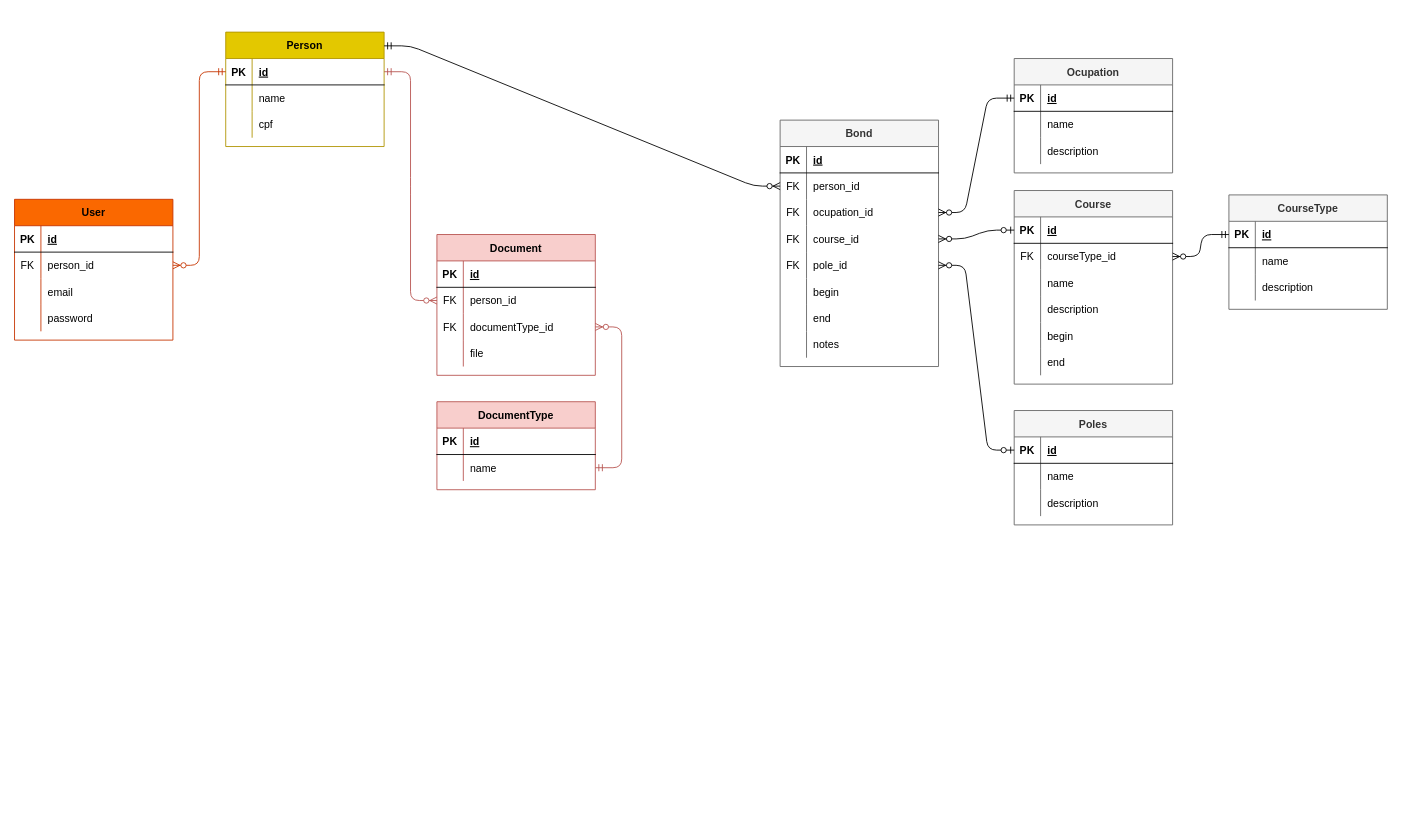
Above: page "Geral" (1 of 2) of docs/ModelosER.drawio in annecchini/my-sead-geco (draw.io), before the change. Source tidied: cells renumbered, new cells numbered last; positions are measured from the earlier drawing's top-left corner, leaving out a move shared by most shapes. Both pictures are drawn from the tidied source at 88%, with x=0, y=0 at pixel (14, 32).
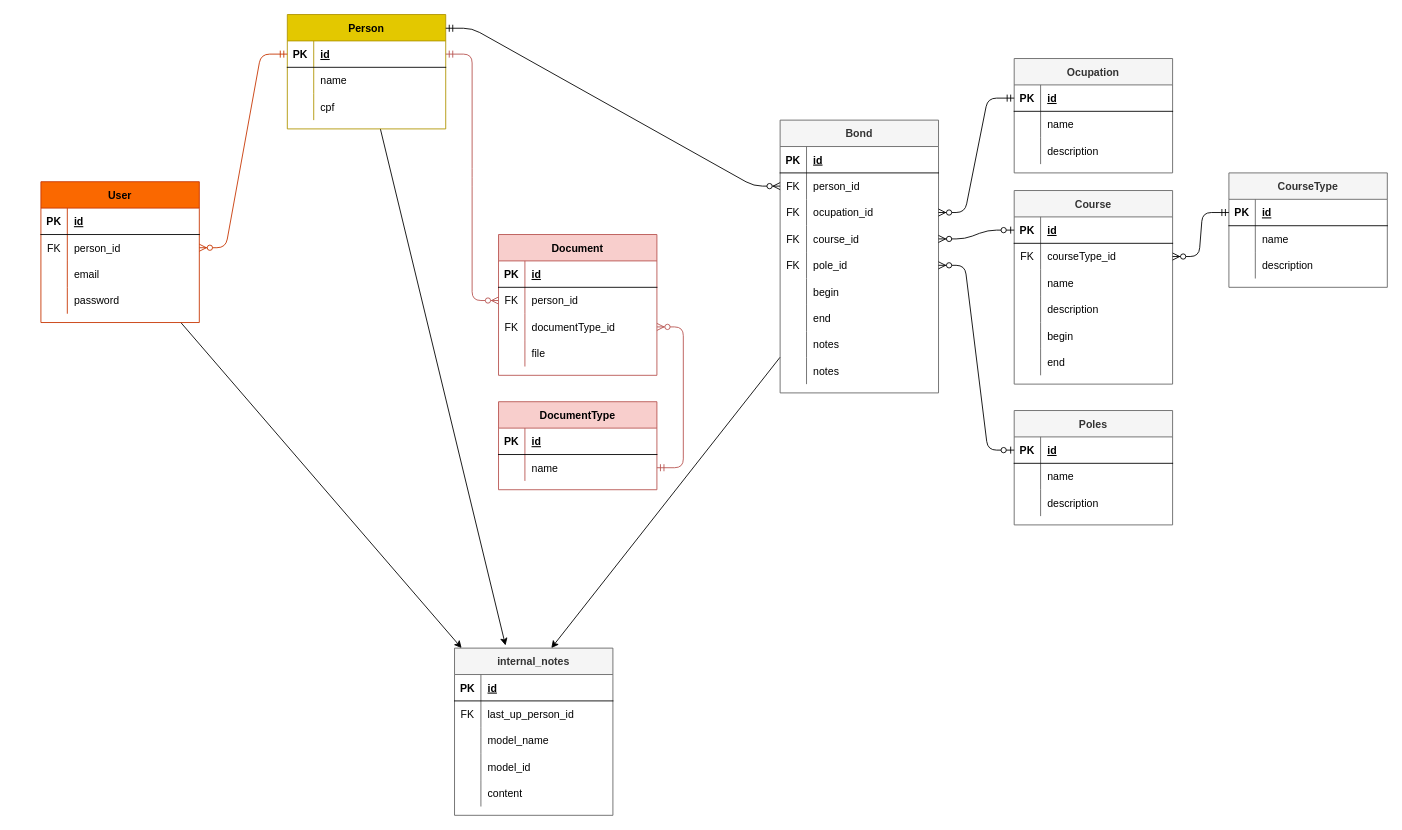
After the change.

What changed in the source:
```diff
@@
+    <mxCell id="127" style="edgeStyle=none;rounded=0;jettySize=auto;html=1;entryX=0.322;entryY=-0.016;entryDx=0;entryDy=0;entryPerimeter=0;" parent="1" edge="1" source="2" target="133">
+      <mxGeometry relative="1" as="geometry" />
+    </mxCell>
     <mxCell id="2" value="Person" style="shape=table;startSize=30;childLayout=tableLayout;rowLines=0;fontStyle=1;align=center;fillColor=#e3c800;strokeColor=#B09500;fontColor=#000000;" parent="1" vertex="1">
-      <mxGeometry x="240" width="180" height="130" as="geometry" />
+      <mxGeometry x="310" y="-20" width="180" height="130" as="geometry" />
     </mxCell>
@@
+    <mxCell id="128" style="edgeStyle=none;rounded=0;jettySize=auto;html=1;" parent="1" edge="1" source="12" target="133">
+      <mxGeometry relative="1" as="geometry" />
+    </mxCell>
     <mxCell id="12" value="User" style="shape=table;startSize=30;childLayout=tableLayout;rowLines=0;fontStyle=1;align=center;fillColor=#fa6800;strokeColor=#C73500;fontColor=#000000;" parent="1" vertex="1">
-      <mxGeometry y="190" width="180" height="160" as="geometry" />
+      <mxGeometry x="30" y="170" width="180" height="160" as="geometry" />
     </mxCell>
@@
     <mxCell id="25" value="Document" style="shape=table;startSize=30;childLayout=tableLayout;rowLines=0;fontStyle=1;align=center;fillColor=#f8cecc;strokeColor=#b85450;" parent="1" vertex="1">
-      <mxGeometry x="480" y="230" width="180" height="160" as="geometry" />
+      <mxGeometry x="550" y="230" width="180" height="160" as="geometry" />
     </mxCell>
@@
     <mxCell id="38" value="DocumentType" style="shape=table;startSize=30;childLayout=tableLayout;rowLines=0;fontStyle=1;align=center;fillColor=#f8cecc;strokeColor=#b85450;" parent="1" vertex="1">
-      <mxGeometry x="480" y="420" width="180" height="100" as="geometry" />
+      <mxGeometry x="550" y="420" width="180" height="100" as="geometry" />
     </mxCell>
@@
+    <mxCell id="129" style="rounded=0;jettySize=auto;html=1;entryX=0.611;entryY=0;entryDx=0;entryDy=0;entryPerimeter=0;" parent="1" edge="1" source="48" target="133">
+      <mxGeometry relative="1" as="geometry" />
+    </mxCell>
     <mxCell id="48" value="Bond" style="shape=table;startSize=30;childLayout=tableLayout;rowLines=0;fontStyle=1;align=center;fillColor=#f5f5f5;strokeColor=#666666;fontColor=#333333;" parent="1" vertex="1">
-      <mxGeometry x="870" y="100" width="180" height="280" as="geometry" />
+      <mxGeometry x="870" y="100" width="180" height="310" as="geometry" />
     </mxCell>
@@
+    <mxCell id="130" style="shape=partialRectangle;fillColor=none;top=0;left=0;bottom=0;right=0;" parent="48" vertex="1">
+      <mxGeometry y="240" width="180" height="30" as="geometry" />
+    </mxCell>
+    <mxCell id="131" style="shape=partialRectangle;fillColor=none;top=0;left=0;bottom=0;right=0;overflow=hidden;" parent="130" vertex="1">
+      <mxGeometry width="30" height="30" as="geometry" />
+    </mxCell>
+    <mxCell id="132" value="notes" style="shape=partialRectangle;fillColor=none;top=0;left=0;bottom=0;right=0;align=left;spacingLeft=6;overflow=hidden;" parent="130" vertex="1">
+      <mxGeometry x="30" width="150" height="30" as="geometry" />
+    </mxCell>
     <mxCell id="70" style="shape=partialRectangle;fillColor=none;top=0;left=0;bottom=0;right=0;" parent="48" vertex="1">
-      <mxGeometry y="240" width="180" height="30" as="geometry" />
+      <mxGeometry y="270" width="180" height="30" as="geometry" />
     </mxCell>
@@
     <mxCell id="102" value="CourseType" style="shape=table;startSize=30;childLayout=tableLayout;rowLines=0;fontStyle=1;align=center;fillColor=#f5f5f5;strokeColor=#666666;fontColor=#333333;" parent="1" vertex="1">
-      <mxGeometry x="1380" y="185" width="180" height="130" as="geometry" />
+      <mxGeometry x="1380" y="160" width="180" height="130" as="geometry" />
     </mxCell>
@@
+    <mxCell id="133" value="internal_notes" style="shape=table;startSize=30;childLayout=tableLayout;rowLines=0;fontStyle=1;align=center;fillColor=#f5f5f5;strokeColor=#666666;fontColor=#333333;" parent="1" vertex="1">
+      <mxGeometry x="500" y="700" width="180" height="190" as="geometry" />
+    </mxCell>
+    <mxCell id="134" style="shape=partialRectangle;fillColor=none;top=0;left=0;bottom=1;right=0;" parent="133" vertex="1">
+      <mxGeometry y="30" width="180" height="30" as="geometry" />
+    </mxCell>
+    <mxCell id="135" value="PK" style="shape=partialRectangle;fillColor=none;top=0;left=0;bottom=0;right=0;fontStyle=1;overflow=hidden;" parent="134" vertex="1">
+      <mxGeometry width="30" height="30" as="geometry" />
+    </mxCell>
+    <mxCell id="136" value="id" style="shape=partialRectangle;fillColor=none;top=0;left=0;bottom=0;right=0;align=left;spacingLeft=6;fontStyle=5;overflow=hidden;" parent="134" vertex="1">
+      <mxGeometry x="30" width="150" height="30" as="geometry" />
+    </mxCell>
+    <mxCell id="137" style="shape=partialRectangle;fillColor=none;top=0;left=0;bottom=0;right=0;" parent="133" vertex="1">
+      <mxGeometry y="60" width="180" height="30" as="geometry" />
+    </mxCell>
+    <mxCell id="138" value="FK" style="shape=partialRectangle;fillColor=none;top=0;left=0;bottom=0;right=0;overflow=hidden;" parent="137" vertex="1">
+      <mxGeometry width="30" height="30" as="geometry" />
+    </mxCell>
+    <mxCell id="139" value="last_up_person_id" style="shape=partialRectangle;fillColor=none;top=0;left=0;bottom=0;right=0;align=left;spacingLeft=6;overflow=hidden;" parent="137" vertex="1">
+      <mxGeometry x="30" width="150" height="30" as="geometry" />
+    </mxCell>
+    <mxCell id="140" style="shape=partialRectangle;fillColor=none;top=0;left=0;bottom=0;right=0;" parent="133" vertex="1">
+      <mxGeometry y="90" width="180" height="30" as="geometry" />
+    </mxCell>
+    <mxCell id="141" style="shape=partialRectangle;fillColor=none;top=0;left=0;bottom=0;right=0;overflow=hidden;" parent="140" vertex="1">
+      <mxGeometry width="30" height="30" as="geometry" />
+    </mxCell>
+    <mxCell id="142" value="model_name" style="shape=partialRectangle;fillColor=none;top=0;left=0;bottom=0;right=0;align=left;spacingLeft=6;overflow=hidden;" parent="140" vertex="1">
+      <mxGeometry x="30" width="150" height="30" as="geometry" />
+    </mxCell>
+    <mxCell id="143" style="shape=partialRectangle;fillColor=none;top=0;left=0;bottom=0;right=0;" parent="133" vertex="1">
+      <mxGeometry y="120" width="180" height="30" as="geometry" />
+    </mxCell>
+    <mxCell id="144" style="shape=partialRectangle;fillColor=none;top=0;left=0;bottom=0;right=0;overflow=hidden;" parent="143" vertex="1">
+      <mxGeometry width="30" height="30" as="geometry" />
+    </mxCell>
+    <mxCell id="145" value="model_id" style="shape=partialRectangle;fillColor=none;top=0;left=0;bottom=0;right=0;align=left;spacingLeft=6;overflow=hidden;" parent="143" vertex="1">
+      <mxGeometry x="30" width="150" height="30" as="geometry" />
+    </mxCell>
+    <mxCell id="146" style="shape=partialRectangle;fillColor=none;top=0;left=0;bottom=0;right=0;" parent="133" vertex="1">
+      <mxGeometry y="150" width="180" height="30" as="geometry" />
+    </mxCell>
+    <mxCell id="147" style="shape=partialRectangle;fillColor=none;top=0;left=0;bottom=0;right=0;overflow=hidden;" parent="146" vertex="1">
+      <mxGeometry width="30" height="30" as="geometry" />
+    </mxCell>
+    <mxCell id="148" value="content" style="shape=partialRectangle;fillColor=none;top=0;left=0;bottom=0;right=0;align=left;spacingLeft=6;overflow=hidden;" parent="146" vertex="1">
+      <mxGeometry x="30" width="150" height="30" as="geometry" />
+    </mxCell>
```
